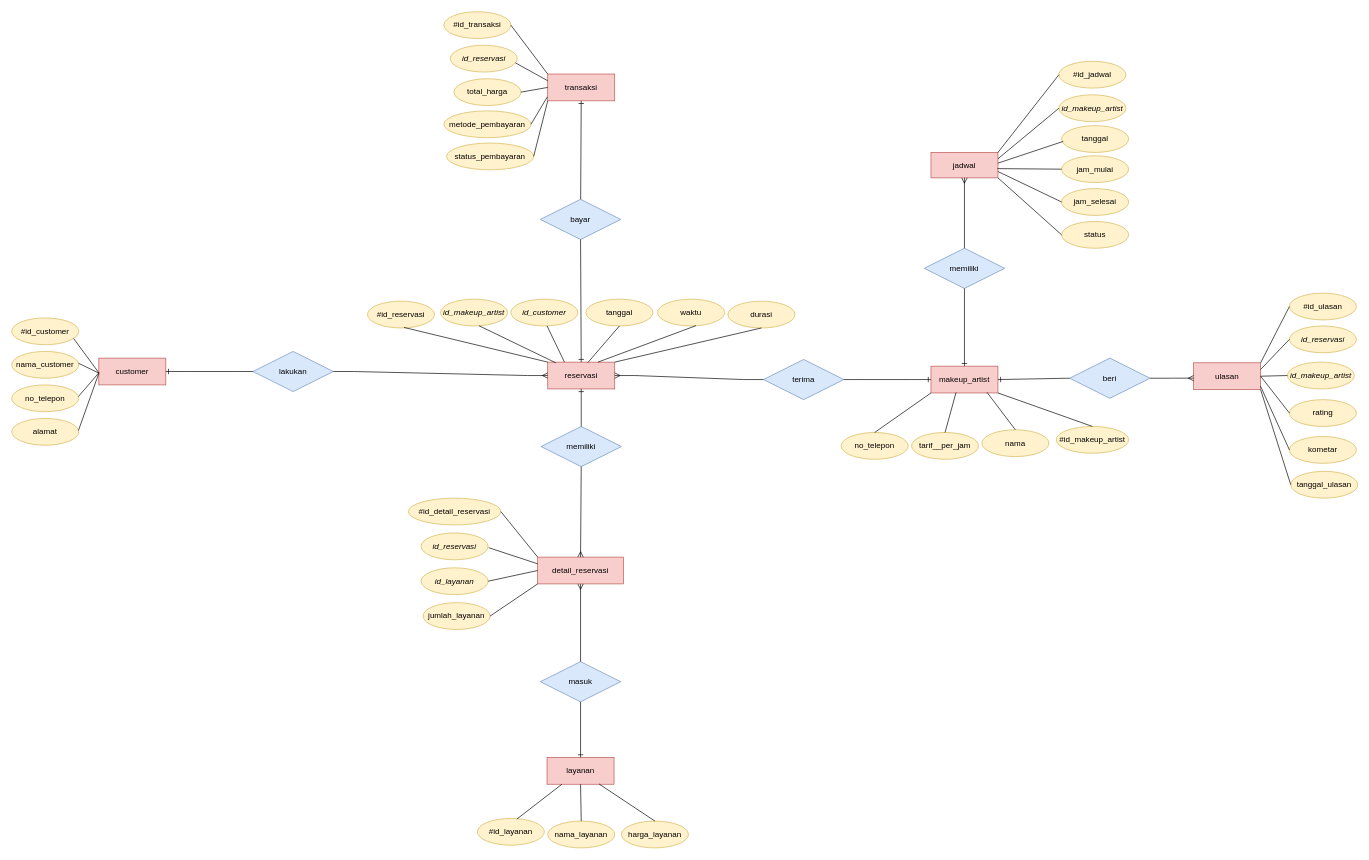
Before: MinPro 1.drawio in k149191/Konsep-Basis-Data, a draw.io diagram. Source tidied: cells renumbered, new cells numbered last; positions are measured from the earlier drawing's top-left corner, leaving out a move shared by most shapes. Both pictures are drawn from the tidied source at 67%, with x=0, y=0 at pixel (11, 11).
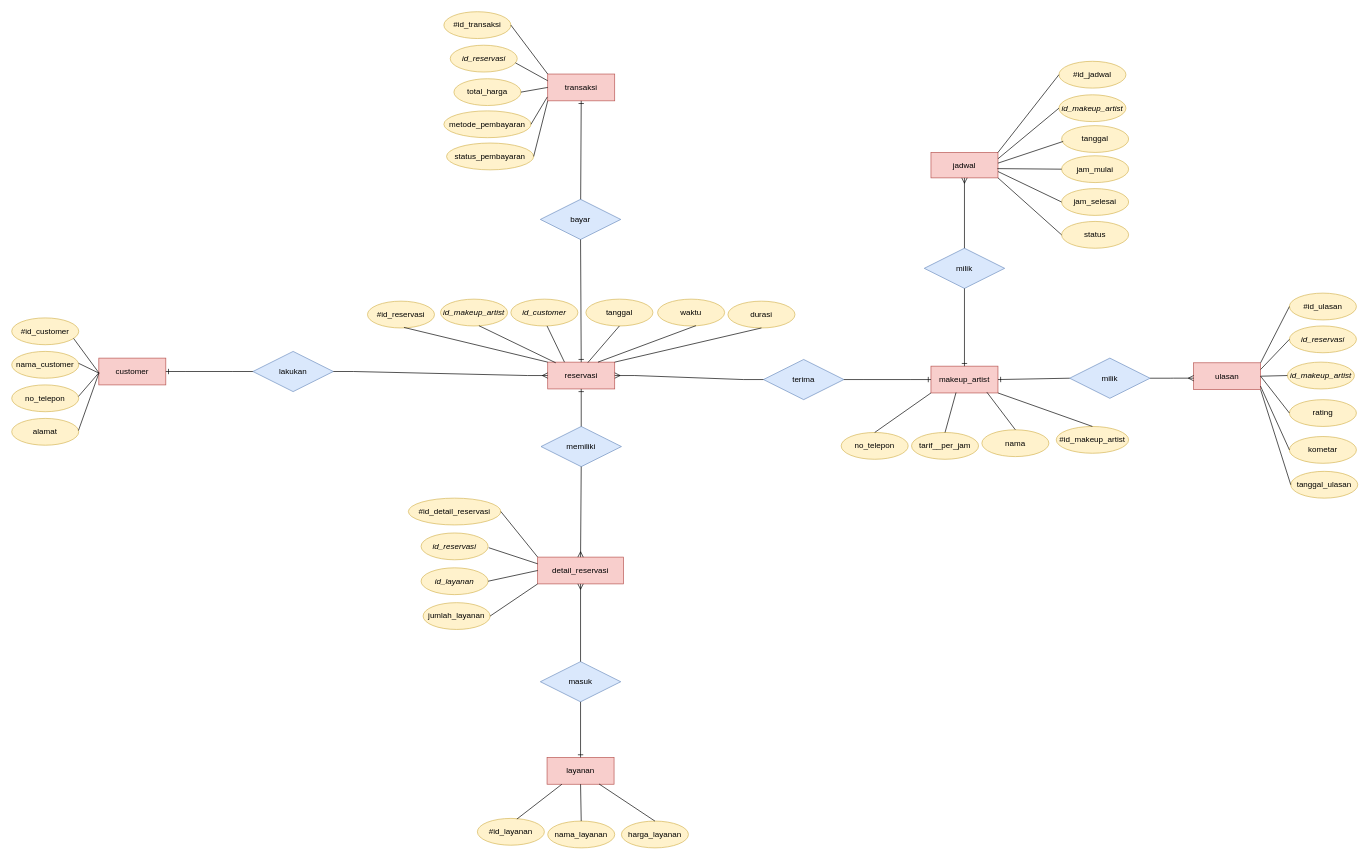
Above is the later version.

Diff of the diagram source:
```diff
@@
-    <mxCell id="58" value="memiliki" style="shape=rhombus;perimeter=rhombusPerimeter;whiteSpace=wrap;html=1;align=center;fillColor=#dae8fc;strokeColor=#6c8ebf;" parent="1" vertex="1">
+    <mxCell id="58" value="milik" style="shape=rhombus;perimeter=rhombusPerimeter;whiteSpace=wrap;html=1;align=center;fillColor=#dae8fc;strokeColor=#6c8ebf;" parent="1" vertex="1">
       <mxGeometry x="1362" y="353" width="120" height="60" as="geometry" />
     </mxCell>
@@
-    <mxCell id="62" value="beri" style="shape=rhombus;perimeter=rhombusPerimeter;whiteSpace=wrap;html=1;align=center;fillColor=#dae8fc;strokeColor=#6c8ebf;" parent="1" vertex="1">
+    <mxCell id="62" value="milik" style="shape=rhombus;perimeter=rhombusPerimeter;whiteSpace=wrap;html=1;align=center;fillColor=#dae8fc;strokeColor=#6c8ebf;" parent="1" vertex="1">
       <mxGeometry x="1579" y="517" width="120" height="60" as="geometry" />
     </mxCell>
```
